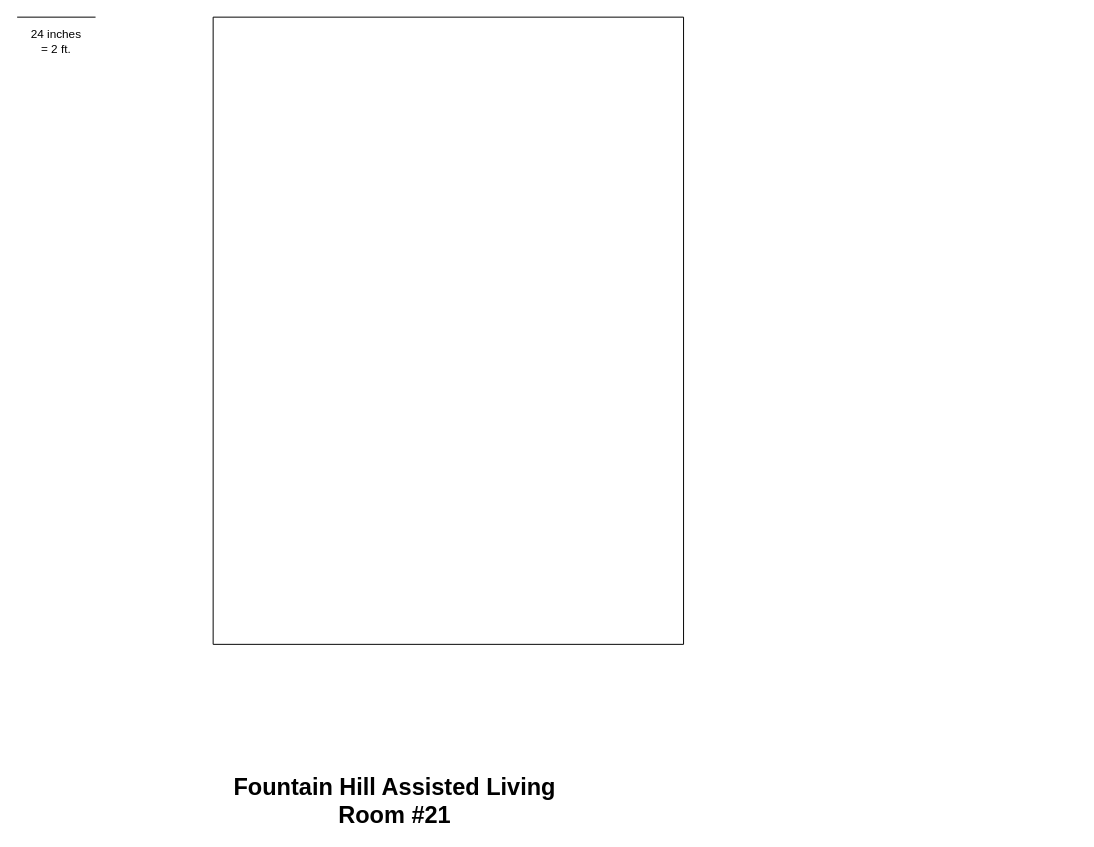
Above: FountainHillRoom21.drawio in wardance-ferret/drawio (draw.io), before the change. Source tidied: cells renumbered, new cells numbered last; positions are measured from the earlier drawing's top-left corner, leaving out a move shared by most shapes. Both pictures are drawn from the tidied source at 98%, with x=0, y=0 at pixel (17, 17).
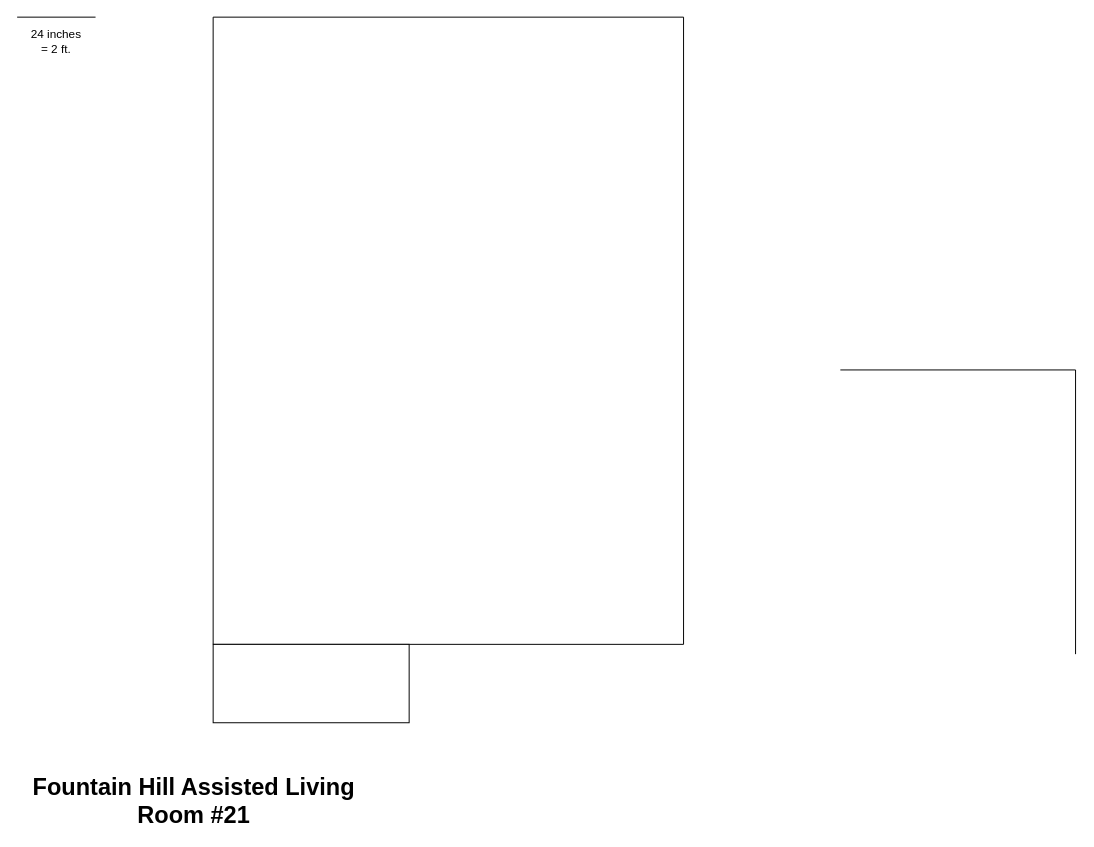
After the change.

Change to the diagram source:
```diff
@@
 <mxGraphModel>
   <root>
     <mxCell id="0" />
     <mxCell id="1" parent="0" />
     <mxCell id="2" style="endArrow=none;html=1;rounded=0;" parent="1" edge="1">
       <mxGeometry relative="1" as="geometry">
         <mxPoint x="200" y="640" as="sourcePoint" />
         <mxPoint x="200" as="targetPoint" />
       </mxGeometry>
     </mxCell>
     <mxCell id="3" style="endArrow=none;html=1;rounded=0;" parent="1" edge="1">
       <mxGeometry relative="1" as="geometry">
         <mxPoint as="sourcePoint" />
         <mxPoint x="80" as="targetPoint" />
       </mxGeometry>
     </mxCell>
     <mxCell id="4" style="endArrow=none;html=1;rounded=0;" parent="1" edge="1">
       <mxGeometry relative="1" as="geometry">
         <mxPoint x="200" y="640" as="sourcePoint" />
         <mxPoint x="680" y="640" as="targetPoint" />
       </mxGeometry>
     </mxCell>
     <mxCell id="5" value="Fountain Hill Assisted Living&lt;br&gt;Room #21" style="text;strokeColor=none;fillColor=none;html=1;fontSize=24;fontStyle=1;verticalAlign=middle;align=center;" parent="1" vertex="1">
-      <mxGeometry x="335" y="780" width="100" height="40" as="geometry" />
+      <mxGeometry x="130" y="780" width="100" height="40" as="geometry" />
     </mxCell>
     <mxCell id="6" style="endArrow=none;html=1;rounded=0;" parent="1" edge="1">
       <mxGeometry relative="1" as="geometry">
         <mxPoint x="200" as="sourcePoint" />
         <mxPoint x="680" as="targetPoint" />
       </mxGeometry>
     </mxCell>
     <mxCell id="7" style="endArrow=none;html=1;rounded=0;" parent="1" edge="1">
       <mxGeometry relative="1" as="geometry">
         <mxPoint x="680" y="640" as="sourcePoint" />
         <mxPoint x="680" as="targetPoint" />
       </mxGeometry>
     </mxCell>
     <mxCell id="8" value="24 inches = 2 ft." style="text;html=1;strokeColor=none;fillColor=none;align=center;verticalAlign=middle;whiteSpace=wrap;rounded=0;" parent="1" vertex="1">
       <mxGeometry x="10" y="10" width="60" height="30" as="geometry" />
     </mxCell>
+    <mxCell id="9" style="endArrow=none;html=1;rounded=0;" parent="1" edge="1">
+      <mxGeometry relative="1" as="geometry">
+        <mxPoint x="840" y="360" as="sourcePoint" />
+        <mxPoint x="1080" y="360" as="targetPoint" />
+      </mxGeometry>
+    </mxCell>
+    <mxCell id="10" style="endArrow=none;html=1;rounded=0;" parent="1" edge="1">
+      <mxGeometry relative="1" as="geometry">
+        <mxPoint x="1080" y="650" as="sourcePoint" />
+        <mxPoint x="1080" y="360" as="targetPoint" />
+      </mxGeometry>
+    </mxCell>
+    <mxCell id="11" style="rounded=0;whiteSpace=wrap;html=1;" parent="1" vertex="1">
+      <mxGeometry x="200" y="640" width="200" height="80" as="geometry" />
+    </mxCell>
   </root>
 </mxGraphModel>
```
